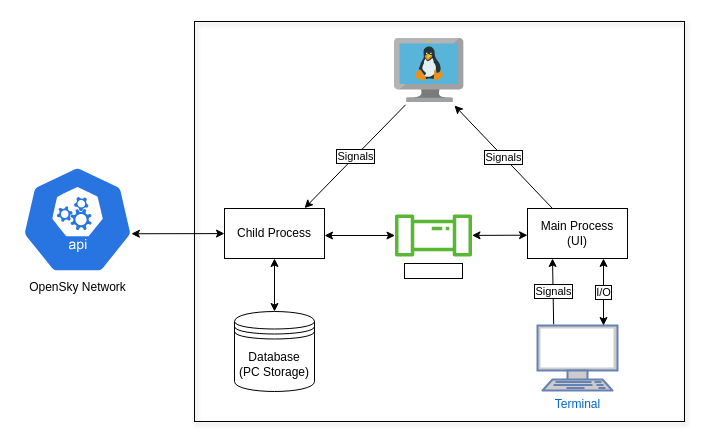
nirpr/Linux-FlightsAPI keeps this draw.io diagram as FlightsProject.drawio. Above is the earlier version. Source tidied: cells renumbered, new cells numbered last; positions are measured from the earlier drawing's top-left corner, leaving out a move shared by most shapes. Both pictures are drawn from the tidied source at 100%, with x=0, y=0 at pixel (17, 21).
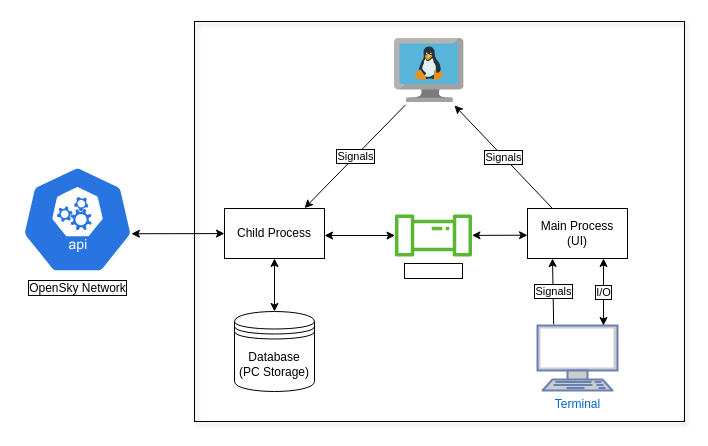
Above is the later version.

The change refers to these unchanged cells:
```xml
<mxCell id="2" style="group;" parent="1" vertex="1">
  <mxGeometry width="667" height="400" as="geometry" />
</mxCell>
```

Change to the diagram source:
```diff
@@
-    <mxCell id="4" value="OpenSky Network" style="sketch=0;html=1;dashed=0;whitespace=wrap;fillColor=#2875E2;strokeColor=#ffffff;points=[[0.005,0.63,0],[0.1,0.2,0],[0.9,0.2,0],[0.5,0,0],[0.995,0.63,0],[0.72,0.99,0],[0.5,1,0],[0.28,0.99,0]];verticalLabelPosition=bottom;align=center;verticalAlign=top;shape=mxgraph.kubernetes.icon;prIcon=api;" parent="2" vertex="1">
+    <mxCell id="4" value="OpenSky Network" style="sketch=0;html=1;dashed=0;whitespace=wrap;fillColor=#2875E2;strokeColor=#ffffff;points=[[0.005,0.63,0],[0.1,0.2,0],[0.9,0.2,0],[0.5,0,0],[0.995,0.63,0],[0.72,0.99,0],[0.5,1,0],[0.28,0.99,0]];verticalLabelPosition=bottom;align=center;verticalAlign=top;shape=mxgraph.kubernetes.icon;prIcon=api;labelBackgroundColor=default;labelBorderColor=default;" parent="2" vertex="1">
       <mxGeometry y="144" width="120" height="108" as="geometry" />
     </mxCell>
```
